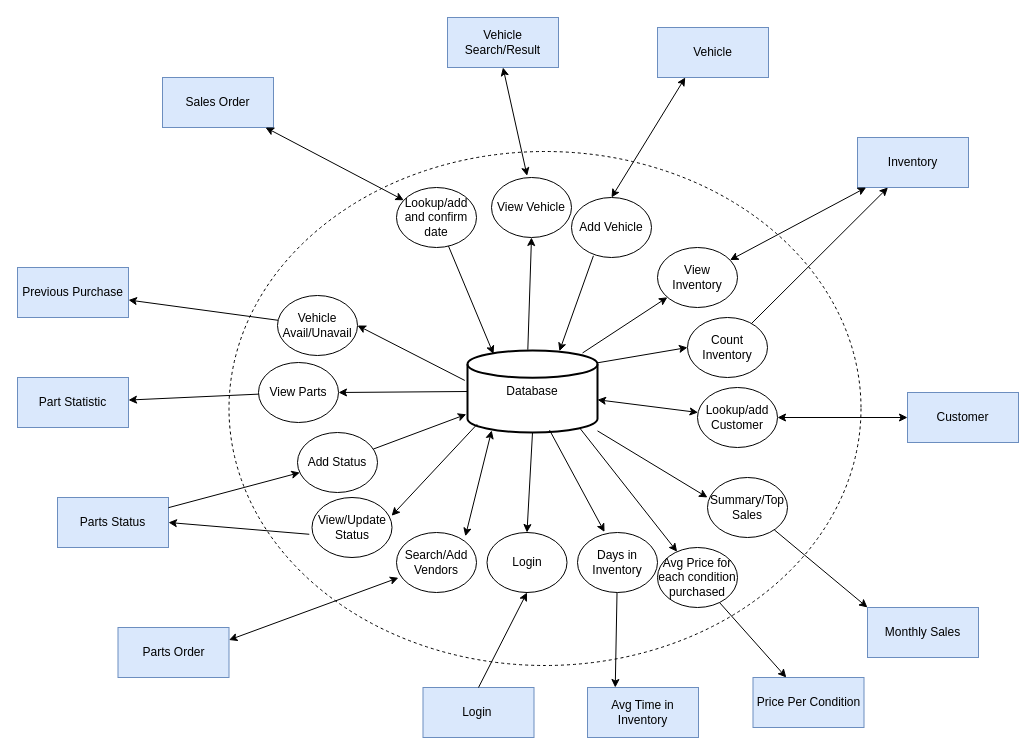
Before: phase1IFD.drawio in dav1dwd/CS6400, a draw.io diagram. Source tidied: cells renumbered, new cells numbered last; positions are measured from the earlier drawing's top-left corner, leaving out a move shared by most shapes. Both pictures are drawn from the tidied source at 100%, with x=0, y=0 at pixel (17, 17).
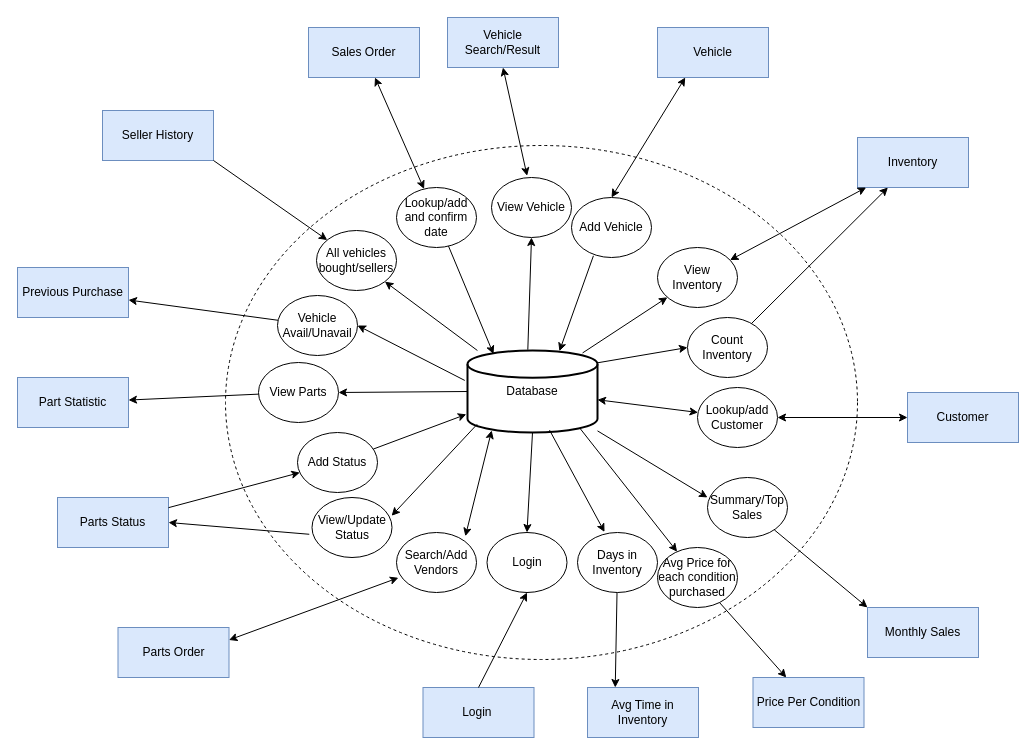
Above is the later version.

The change refers to these unchanged cells:
```xml
<mxCell id="2" value="Database" style="strokeWidth=2;html=1;shape=mxgraph.flowchart.database;whiteSpace=wrap;" parent="1" vertex="1">
  <mxGeometry x="450" y="333" width="130" height="82" as="geometry" />
</mxCell>
```

What changed in the source:
```diff
@@
     <mxCell id="15" value="Sales Order" style="rounded=0;whiteSpace=wrap;html=1;fillColor=#dae8fc;strokeColor=#6c8ebf;" parent="1" vertex="1">
-      <mxGeometry x="145" y="60" width="111" height="50" as="geometry" />
+      <mxGeometry x="291" y="10" width="111" height="50" as="geometry" />
     </mxCell>
@@
     <mxCell id="61" style="ellipse;whiteSpace=wrap;html=1;fillColor=none;dashed=1;" parent="1" vertex="1">
-      <mxGeometry x="211.5" y="134" width="632" height="514" as="geometry" />
+      <mxGeometry x="208" y="128" width="632" height="514" as="geometry" />
     </mxCell>
+    <mxCell id="62" value="Seller History" style="rounded=0;whiteSpace=wrap;html=1;fillColor=#dae8fc;strokeColor=#6c8ebf;" parent="1" vertex="1">
+      <mxGeometry x="85" y="93" width="111" height="50" as="geometry" />
+    </mxCell>
+    <mxCell id="63" value="All vehicles bought/sellers" style="ellipse;whiteSpace=wrap;html=1;" parent="1" vertex="1">
+      <mxGeometry x="299" y="213" width="80" height="60" as="geometry" />
+    </mxCell>
+    <mxCell id="64" style="endArrow=classic;html=1;rounded=0;" parent="1" edge="1" source="2" target="63">
+      <mxGeometry relative="1" as="geometry" />
+    </mxCell>
+    <mxCell id="65" style="endArrow=classic;html=1;rounded=0;exitX=1;exitY=1;exitDx=0;exitDy=0;" parent="1" edge="1" source="62" target="63">
+      <mxGeometry relative="1" as="geometry" />
+    </mxCell>
```
